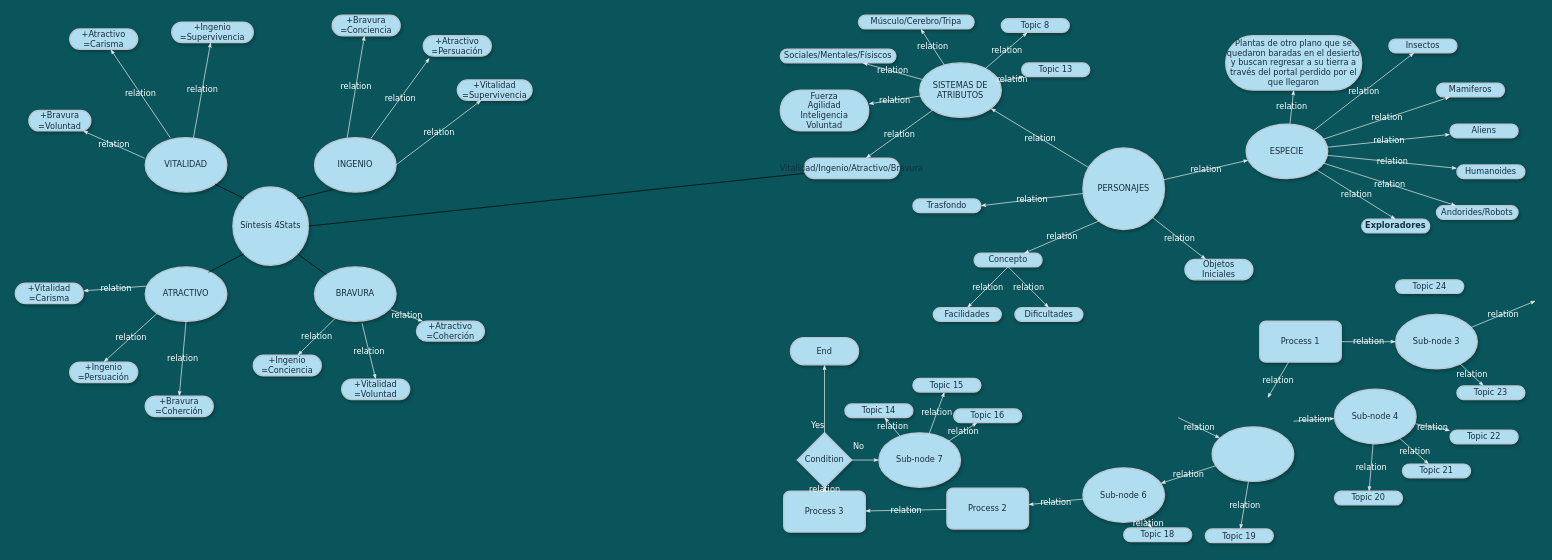
This is page "Página-2" (2 of 2) of mental_map_worldbuilding.drawio from aixairupe/DiagramasRPG, a draw.io file, before an edit. Source tidied: cells renumbered, new cells numbered last; positions are measured from the earlier drawing's top-left corner, leaving out a move shared by most shapes. Both pictures are drawn from the tidied source at 68%, with x=0, y=0 at pixel (15, 15).
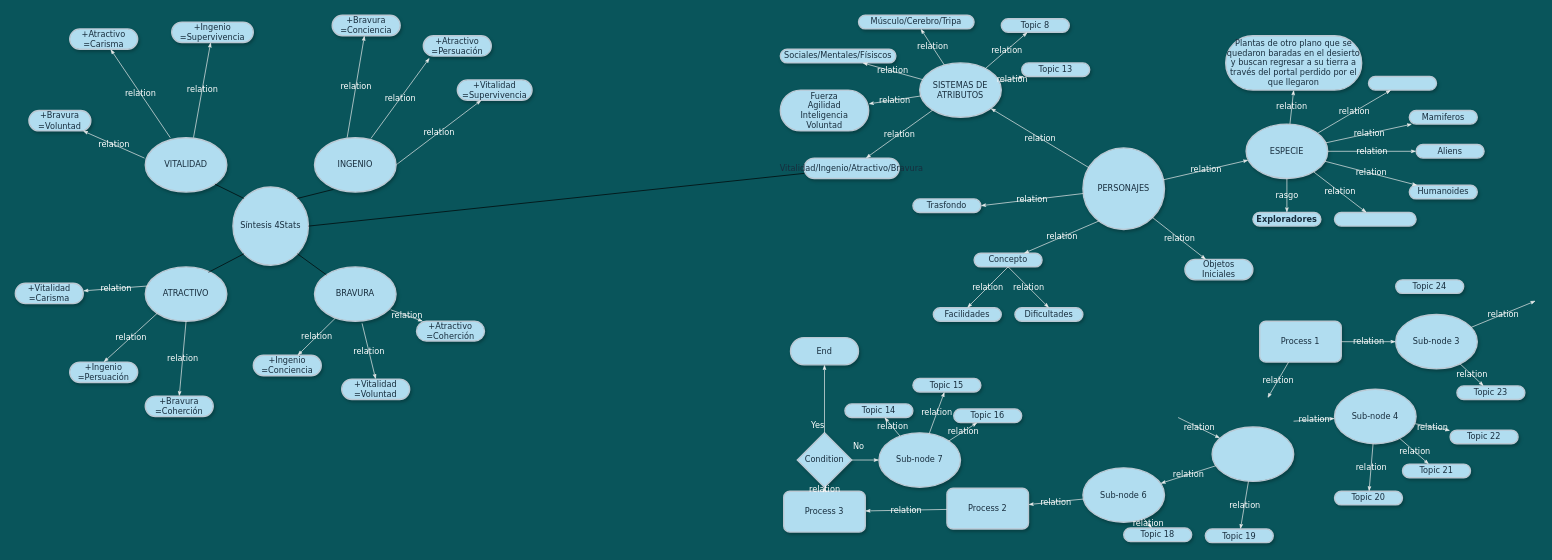
The same diagram, later.

The change refers to these unchanged cells:
```xml
<mxCell id="4" value="ESPECIE" style="ellipse;whiteSpace=wrap;html=1;rounded=1;shadow=1;comic=0;labelBackgroundColor=none;strokeWidth=2;fontFamily=Verdana;fontSize=12;align=center;fillColor=#B1DDF0;strokeColor=#BAC8D3;fontColor=#182E3E;" parent="1" vertex="1">
  <mxGeometry x="1810" y="160" width="120" height="80" as="geometry" />
</mxCell>
```

The edit, as a diff of the source:
```diff
@@
-    <mxCell id="15" value="Insectos" style="whiteSpace=wrap;html=1;rounded=1;shadow=1;comic=0;labelBackgroundColor=none;strokeWidth=2;fontFamily=Verdana;fontSize=12;align=center;arcSize=50;fillColor=#B1DDF0;strokeColor=#BAC8D3;fontColor=#182E3E;" parent="1" vertex="1">
-      <mxGeometry x="2020" y="35" width="100" height="20" as="geometry" />
+    <mxCell id="15" style="whiteSpace=wrap;html=1;rounded=1;shadow=1;comic=0;labelBackgroundColor=none;strokeWidth=2;fontFamily=Verdana;fontSize=12;align=center;arcSize=50;fillColor=#B1DDF0;strokeColor=#BAC8D3;fontColor=#182E3E;" parent="1" vertex="1">
+      <mxGeometry x="1990" y="90" width="100" height="20" as="geometry" />
     </mxCell>
     <mxCell id="16" value="Mamiferos" style="whiteSpace=wrap;html=1;rounded=1;shadow=1;comic=0;labelBackgroundColor=none;strokeWidth=2;fontFamily=Verdana;fontSize=12;align=center;arcSize=50;fillColor=#B1DDF0;strokeColor=#BAC8D3;fontColor=#182E3E;" parent="1" vertex="1">
-      <mxGeometry x="2090" y="100" width="100" height="20" as="geometry" />
+      <mxGeometry x="2050" y="140" width="100" height="20" as="geometry" />
     </mxCell>
     <mxCell id="17" value="Aliens" style="whiteSpace=wrap;html=1;rounded=1;shadow=1;comic=0;labelBackgroundColor=none;strokeWidth=2;fontFamily=Verdana;fontSize=12;align=center;arcSize=50;fillColor=#B1DDF0;strokeColor=#BAC8D3;fontColor=#182E3E;" parent="1" vertex="1">
-      <mxGeometry x="2110" y="160" width="100" height="20" as="geometry" />
+      <mxGeometry x="2060" y="190" width="100" height="20" as="geometry" />
     </mxCell>
     <mxCell id="18" value="Humanoides" style="whiteSpace=wrap;html=1;rounded=1;shadow=1;comic=0;labelBackgroundColor=none;strokeWidth=2;fontFamily=Verdana;fontSize=12;align=center;arcSize=50;fillColor=#B1DDF0;strokeColor=#BAC8D3;fontColor=#182E3E;" parent="1" vertex="1">
-      <mxGeometry x="2120" y="220" width="100" height="20" as="geometry" />
+      <mxGeometry x="2050" y="250" width="100" height="20" as="geometry" />
     </mxCell>
-    <mxCell id="19" value="Andorides/Robots" style="whiteSpace=wrap;html=1;rounded=1;shadow=1;comic=0;labelBackgroundColor=none;strokeWidth=2;fontFamily=Verdana;fontSize=12;align=center;arcSize=50;fillColor=#B1DDF0;strokeColor=#BAC8D3;fontColor=#182E3E;" parent="1" vertex="1">
-      <mxGeometry x="2090" y="280" width="120" height="20" as="geometry" />
+    <mxCell id="19" style="whiteSpace=wrap;html=1;rounded=1;shadow=1;comic=0;labelBackgroundColor=none;strokeWidth=2;fontFamily=Verdana;fontSize=12;align=center;arcSize=50;fillColor=#B1DDF0;strokeColor=#BAC8D3;fontColor=#182E3E;" parent="1" vertex="1">
+      <mxGeometry x="1940" y="290" width="120" height="20" as="geometry" />
     </mxCell>
     <mxCell id="20" value="&lt;b&gt;Exploradores&lt;/b&gt;" style="whiteSpace=wrap;html=1;rounded=1;shadow=1;comic=0;labelBackgroundColor=none;strokeWidth=2;fontFamily=Verdana;fontSize=12;align=center;arcSize=50;fillColor=#B1DDF0;strokeColor=#BAC8D3;fontColor=#182E3E;" parent="1" vertex="1">
-      <mxGeometry x="1980" y="300" width="100" height="20" as="geometry" />
+      <mxGeometry x="1820" y="290" width="100" height="20" as="geometry" />
     </mxCell>
@@
-    <mxCell id="38" value="relation" style="edgeStyle=none;rounded=1;html=1;labelBackgroundColor=none;startArrow=none;startFill=0;startSize=5;endArrow=classicThin;endFill=1;endSize=5;jettySize=auto;strokeColor=#EEEEEE;strokeWidth=1;fontFamily=Verdana;fontSize=12;fontColor=#FFFFFF;entryX=0.5;entryY=0;entryDx=0;entryDy=0;" parent="1" edge="1" source="4" target="20">
+    <mxCell id="38" value="rasgo" style="edgeStyle=none;rounded=1;html=1;labelBackgroundColor=none;startArrow=none;startFill=0;startSize=5;endArrow=classicThin;endFill=1;endSize=5;jettySize=auto;strokeColor=#EEEEEE;strokeWidth=1;fontFamily=Verdana;fontSize=12;fontColor=#FFFFFF;entryX=0.5;entryY=0;entryDx=0;entryDy=0;" parent="1" edge="1" source="4" target="20">
       <mxGeometry relative="1" as="geometry" />
     </mxCell>
```
